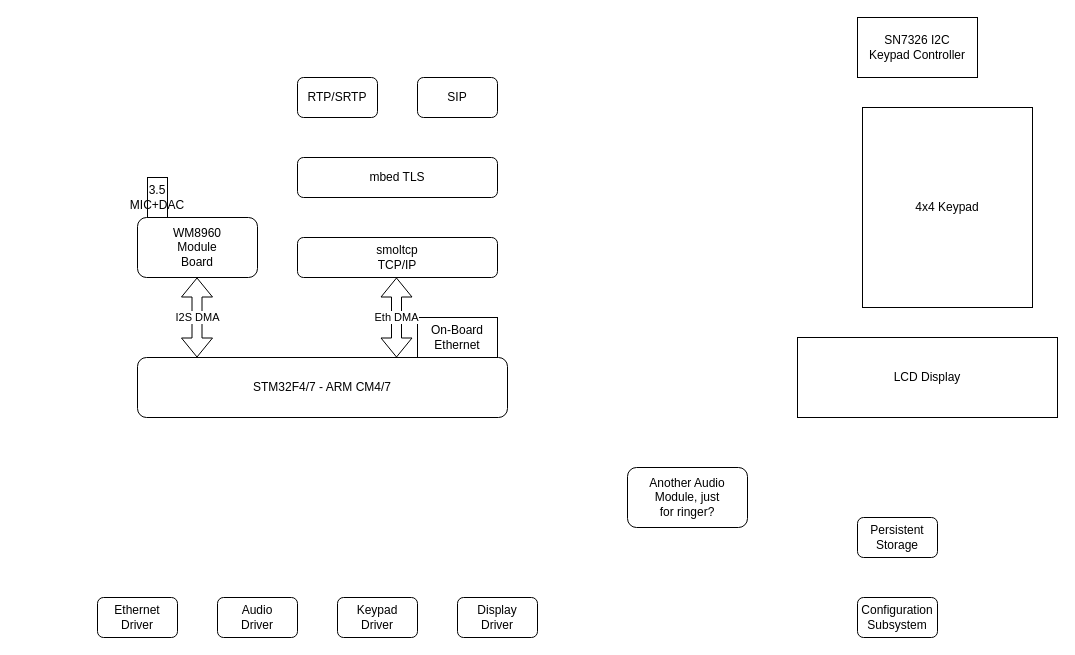
Earlier version of the draw.io diagram home-phone-prototype.drawio (BitBangedFF/misc-diagrams). Source tidied: cells renumbered, new cells numbered last; positions are measured from the earlier drawing's top-left corner, leaving out a move shared by most shapes. Both pictures are drawn from the tidied source at 100%, with x=0, y=0 at pixel (97, 17).
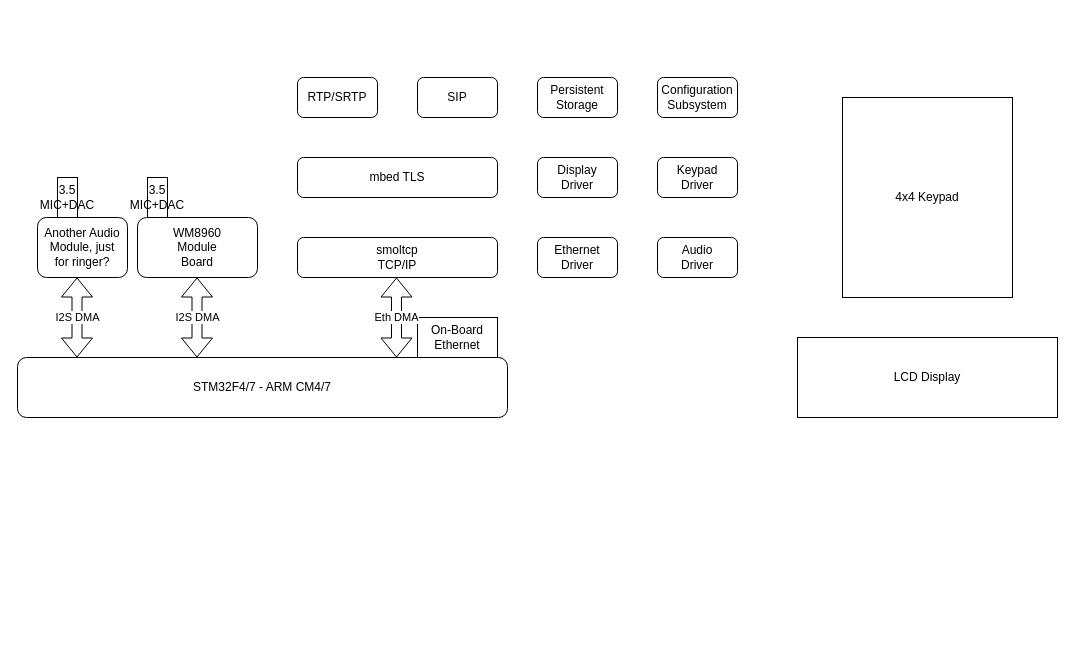
After the change.

The edit, as a diff of the source:
```diff
@@
     <mxCell id="2" value="&lt;span style=&quot;white-space: normal&quot;&gt;STM32F4/7 - ARM CM4/7&lt;/span&gt;" style="rounded=1;whiteSpace=wrap;html=1;" parent="1" vertex="1">
-      <mxGeometry x="40" y="340" width="370" height="60" as="geometry" />
+      <mxGeometry x="-80" y="340" width="490" height="60" as="geometry" />
     </mxCell>
@@
     <mxCell id="10" value="4x4 Keypad" style="rounded=0;whiteSpace=wrap;html=1;" parent="1" vertex="1">
-      <mxGeometry x="765" y="90" width="170" height="200" as="geometry" />
+      <mxGeometry x="745" y="80" width="170" height="200" as="geometry" />
     </mxCell>
@@
-    <mxCell id="12" value="SN7326 I2C&lt;br&gt;Keypad Controller" style="rounded=0;whiteSpace=wrap;html=1;" parent="1" vertex="1">
-      <mxGeometry x="760" width="120" height="60" as="geometry" />
-    </mxCell>
@@
     <mxCell id="15" value="Audio&lt;br&gt;Driver" style="rounded=1;whiteSpace=wrap;html=1;" parent="1" vertex="1">
-      <mxGeometry x="120" y="580" width="80" height="40" as="geometry" />
+      <mxGeometry x="560" y="220" width="80" height="40" as="geometry" />
     </mxCell>
     <mxCell id="16" value="Ethernet&lt;br&gt;Driver" style="rounded=1;whiteSpace=wrap;html=1;" parent="1" vertex="1">
-      <mxGeometry y="580" width="80" height="40" as="geometry" />
+      <mxGeometry x="440" y="220" width="80" height="40" as="geometry" />
     </mxCell>
     <mxCell id="17" value="Keypad&lt;br&gt;Driver" style="rounded=1;whiteSpace=wrap;html=1;" parent="1" vertex="1">
-      <mxGeometry x="240" y="580" width="80" height="40" as="geometry" />
+      <mxGeometry x="560" y="140" width="80" height="40" as="geometry" />
     </mxCell>
     <mxCell id="18" value="Display&lt;br&gt;Driver" style="rounded=1;whiteSpace=wrap;html=1;" parent="1" vertex="1">
-      <mxGeometry x="360" y="580" width="80" height="40" as="geometry" />
+      <mxGeometry x="440" y="140" width="80" height="40" as="geometry" />
     </mxCell>
     <mxCell id="19" value="Configuration&lt;br&gt;Subsystem" style="rounded=1;whiteSpace=wrap;html=1;" parent="1" vertex="1">
-      <mxGeometry x="760" y="580" width="80" height="40" as="geometry" />
+      <mxGeometry x="560" y="60" width="80" height="40" as="geometry" />
     </mxCell>
     <mxCell id="20" value="Persistent&lt;br&gt;Storage" style="rounded=1;whiteSpace=wrap;html=1;" parent="1" vertex="1">
-      <mxGeometry x="760" y="500" width="80" height="40" as="geometry" />
+      <mxGeometry x="440" y="60" width="80" height="40" as="geometry" />
     </mxCell>
     <mxCell id="21" value="Another Audio&lt;br&gt;Module, just&lt;br&gt;for ringer?" style="rounded=1;whiteSpace=wrap;html=1;" parent="1" vertex="1">
-      <mxGeometry x="530" y="450" width="120" height="60" as="geometry" />
+      <mxGeometry x="-60" y="200" width="90" height="60" as="geometry" />
     </mxCell>
+    <mxCell id="22" value="3.5 MIC+DAC" style="rounded=0;whiteSpace=wrap;html=1;" parent="1" vertex="1">
+      <mxGeometry x="-40" y="160" width="20" height="40" as="geometry" />
+    </mxCell>
+    <mxCell id="23" value="I2S DMA" style="shape=flexArrow;endArrow=classic;startArrow=classic;html=1;" parent="1" edge="1">
+      <mxGeometry relative="1" as="geometry">
+        <mxPoint x="-20.5" y="340" as="sourcePoint" />
+        <mxPoint x="-20.5" y="260" as="targetPoint" />
+      </mxGeometry>
+    </mxCell>
```
